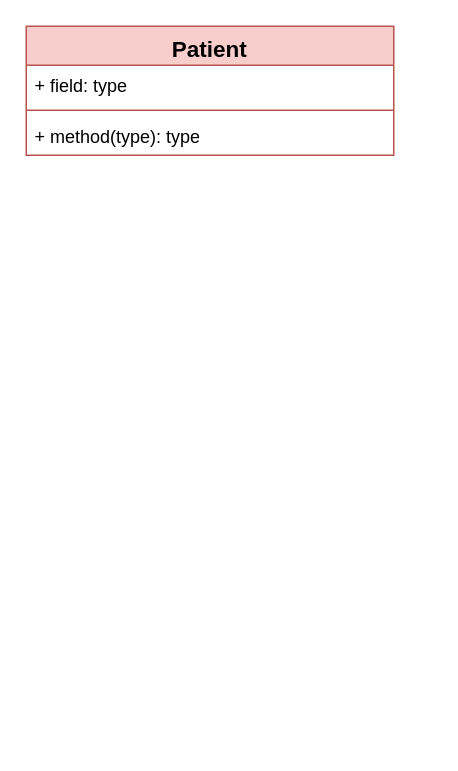
Before: Project_Documentation/class_design/3.1 Logical Viewpoint.drawio in IndecentTulip/Online-Health-Monitoring-System, a draw.io diagram. Source tidied: cells renumbered, new cells numbered last; positions are measured from the earlier drawing's top-left corner, leaving out a move shared by most shapes. Both pictures are drawn from the tidied source at 150%, with x=0, y=0 at pixel (26, 26).
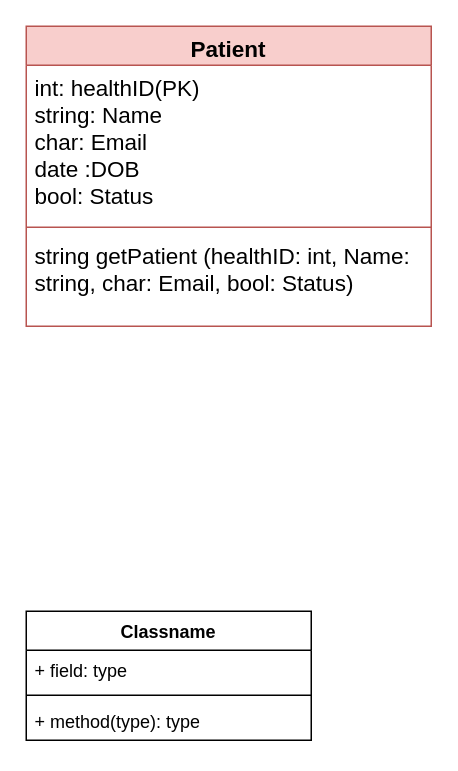
Above is the later version.

What changed in the source:
```diff
@@
 <mxGraphModel>
   <root>
     <mxCell id="0" />
     <mxCell id="1" parent="0" />
     <mxCell id="2" value="&lt;font style=&quot;font-size: 15px;&quot;&gt;Patient&lt;/font&gt;" style="swimlane;fontStyle=1;align=center;verticalAlign=top;horizontal=1;startSize=26;whiteSpace=wrap;html=1;fillColor=#f8cecc;strokeColor=#b85450;" parent="1" vertex="1">
-      <mxGeometry width="245" height="86" as="geometry" />
+      <mxGeometry width="270" height="200" as="geometry" />
     </mxCell>
-    <mxCell id="3" value="+ field: type" style="text;strokeColor=none;fillColor=none;align=left;verticalAlign=top;spacingLeft=4;spacingRight=4;overflow=hidden;whiteSpace=wrap;html=1;" parent="2" vertex="1">
-      <mxGeometry y="26" width="245" height="26" as="geometry" />
+    <mxCell id="3" value="&lt;font style=&quot;font-size: 15px;&quot;&gt;int: healthID(PK)&lt;/font&gt;&lt;div&gt;&lt;font style=&quot;font-size: 15px;&quot;&gt;string: Name&lt;/font&gt;&lt;/div&gt;&lt;div&gt;&lt;font style=&quot;font-size: 15px;&quot;&gt;char: Email&lt;/font&gt;&lt;/div&gt;&lt;div&gt;&lt;span style=&quot;font-size: 15px;&quot;&gt;date :DOB&lt;/span&gt;&lt;/div&gt;&lt;div&gt;&lt;font style=&quot;font-size: 15px;&quot;&gt;bool: Status&lt;/font&gt;&lt;/div&gt;&lt;div&gt;&lt;font style=&quot;font-size: 15px;&quot;&gt;&lt;br&gt;&lt;/font&gt;&lt;/div&gt;" style="text;strokeColor=none;fillColor=none;align=left;verticalAlign=top;spacingLeft=4;spacingRight=4;overflow=hidden;whiteSpace=wrap;html=1;" parent="2" vertex="1">
+      <mxGeometry y="26" width="270" height="104" as="geometry" />
     </mxCell>
     <mxCell id="4" style="line;strokeWidth=1;fillColor=none;align=left;verticalAlign=middle;spacingTop=-1;spacingLeft=3;spacingRight=3;labelPosition=right;strokeColor=inherit;" parent="2" vertex="1">
-      <mxGeometry y="52" width="245" height="8" as="geometry" />
+      <mxGeometry y="130" width="270" height="8" as="geometry" />
     </mxCell>
-    <mxCell id="5" value="+ method(type): type" style="text;strokeColor=none;fillColor=none;align=left;verticalAlign=top;spacingLeft=4;spacingRight=4;overflow=hidden;whiteSpace=wrap;html=1;" parent="2" vertex="1">
-      <mxGeometry y="60" width="245" height="26" as="geometry" />
+    <mxCell id="5" value="&lt;span style=&quot;font-size: 15px;&quot;&gt;string getPatient (healthID: int, Name: string, char: Email, bool: Status)&amp;nbsp;&lt;/span&gt;" style="text;strokeColor=none;fillColor=none;align=left;verticalAlign=top;spacingLeft=4;spacingRight=4;overflow=hidden;whiteSpace=wrap;html=1;" parent="2" vertex="1">
+      <mxGeometry y="138" width="270" height="62" as="geometry" />
     </mxCell>
+    <mxCell id="6" value="Classname" style="swimlane;fontStyle=1;align=center;verticalAlign=top;horizontal=1;startSize=26;whiteSpace=wrap;html=1;" parent="1" vertex="1">
+      <mxGeometry y="390" width="190" height="86" as="geometry" />
+    </mxCell>
+    <mxCell id="7" value="+ field: type" style="text;strokeColor=none;fillColor=none;align=left;verticalAlign=top;spacingLeft=4;spacingRight=4;overflow=hidden;whiteSpace=wrap;html=1;" parent="6" vertex="1">
+      <mxGeometry y="26" width="190" height="26" as="geometry" />
+    </mxCell>
+    <mxCell id="8" style="line;strokeWidth=1;fillColor=none;align=left;verticalAlign=middle;spacingTop=-1;spacingLeft=3;spacingRight=3;labelPosition=right;strokeColor=inherit;" parent="6" vertex="1">
+      <mxGeometry y="52" width="190" height="8" as="geometry" />
+    </mxCell>
+    <mxCell id="9" value="+ method(type): type" style="text;strokeColor=none;fillColor=none;align=left;verticalAlign=top;spacingLeft=4;spacingRight=4;overflow=hidden;whiteSpace=wrap;html=1;" parent="6" vertex="1">
+      <mxGeometry y="60" width="190" height="26" as="geometry" />
+    </mxCell>
   </root>
 </mxGraphModel>
```
